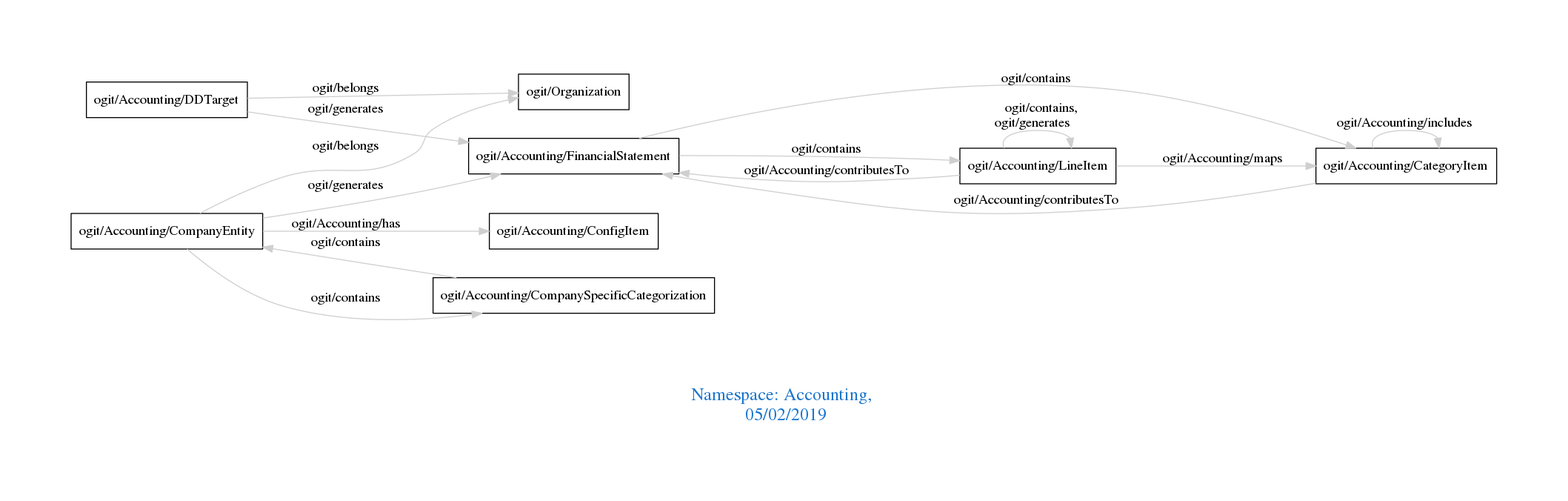
The Graphviz diagram downloads/Accounting.png in arago/OGIT, before a commit. Its source is kept beside it as downloads/Accounting.dot.
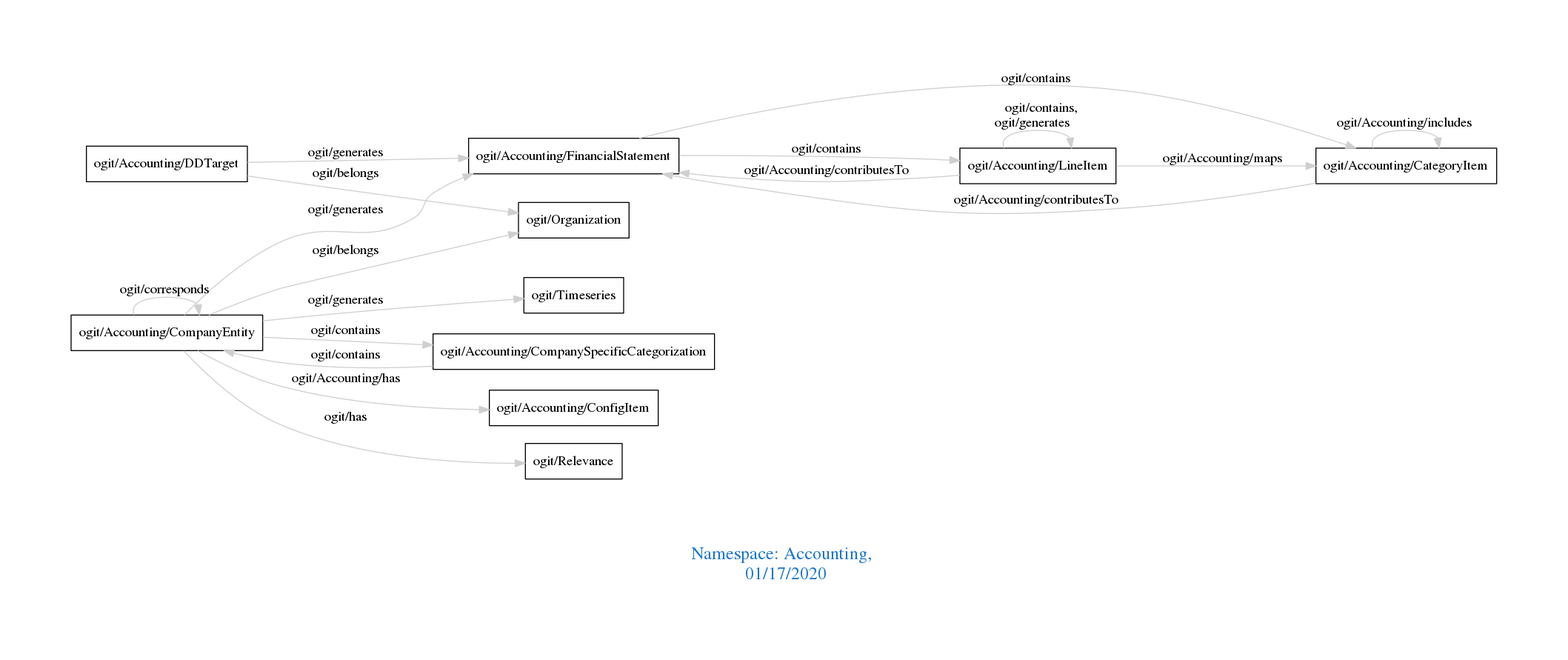
Above is the later version.

Diff of the diagram source:
```diff
@@ -1,7 +1,7 @@
 digraph OGIT_ontology {
  graph [ rankdir= LR,pad=1
 fontsize = 18,
-fontcolor= dodgerblue3,label = "\n\n\nNamespace: Accounting, \n 05/02/2019"];
+fontcolor= dodgerblue3,label = "\n\n\nNamespace: Accounting, \n 01/17/2020"];
 node[shape=polygon];
 edge [  color="gray81"];
 
@@ -10,6 +10,7 @@
    "ogit/Accounting/FinancialStatement" -> "ogit/Accounting/LineItem" [label="   ogit/contains    "];
    "ogit/Accounting/FinancialStatement" -> "ogit/Accounting/CategoryItem" [label="   ogit/contains    "];
    "ogit/Accounting/CompanyEntity" -> "ogit/Accounting/FinancialStatement" [label="   ogit/generates    "];
+   "ogit/Accounting/CompanyEntity" -> "ogit/Timeseries" [label="   ogit/generates    "];
    "ogit/Accounting/DDTarget" -> "ogit/Accounting/FinancialStatement" [label="   ogit/generates    "];
    "ogit/Accounting/CategoryItem" -> "ogit/Accounting/FinancialStatement" [label="   ogit/Accounting/contributesTo    "];
    "ogit/Accounting/LineItem" -> "ogit/Accounting/FinancialStatement" [label="   ogit/Accounting/contributesTo    "];
@@ -17,6 +18,8 @@
    "ogit/Accounting/CompanyEntity" -> "ogit/Organization" [label="   ogit/belongs    "];
    "ogit/Accounting/DDTarget" -> "ogit/Organization" [label="   ogit/belongs    "];
    "ogit/Accounting/CompanyEntity" -> "ogit/Accounting/ConfigItem" [label="   ogit/Accounting/has    "];
+   "ogit/Accounting/CompanyEntity" -> "ogit/Relevance" [label="   ogit/has    "];
    "ogit/Accounting/CategoryItem" -> "ogit/Accounting/CategoryItem" [label="   ogit/Accounting/includes    "];
+   "ogit/Accounting/CompanyEntity" -> "ogit/Accounting/CompanyEntity" [label="   ogit/corresponds    "];
    "ogit/Accounting/LineItem" -> "ogit/Accounting/LineItem" [label="   ogit/contains, \n ogit/generates    "];
 }
```
